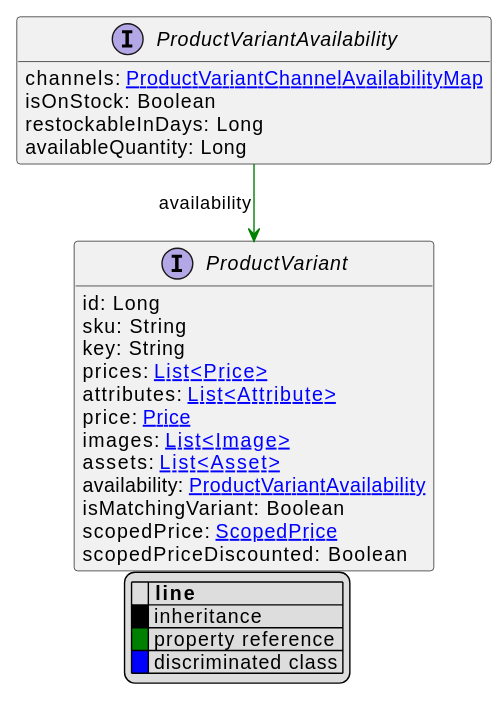
Above: uml/api/svg/ProductVariantAvailability.svg in commercetools/commercetools-api-reference (PlantUML), before the change.
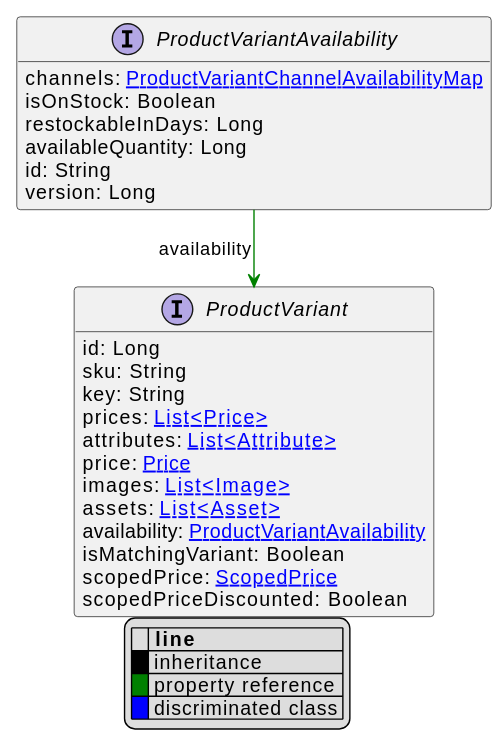
After the commit.

Change to the diagram source:
```diff
@@ -13,6 +13,8 @@
     isOnStock: Boolean
     restockableInDays: Long
     availableQuantity: Long
+    id: String
+    version: Long
 }
 
 
```
